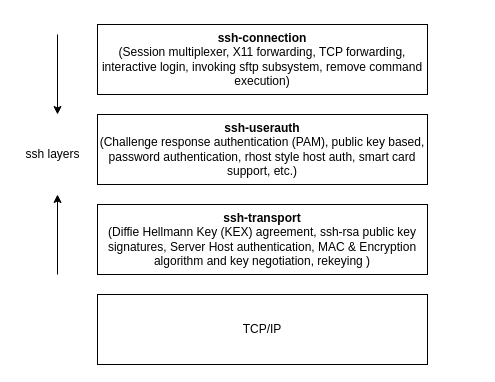
Before: drawio/openssh-architecture.drawio in stefanDeveloper/master-thesis, a draw.io diagram. Source tidied: cells renumbered, new cells numbered last; positions are measured from the earlier drawing's top-left corner, leaving out a move shared by most shapes. Both pictures are drawn from the tidied source at 100%, with x=0, y=0 at pixel (17, 24).
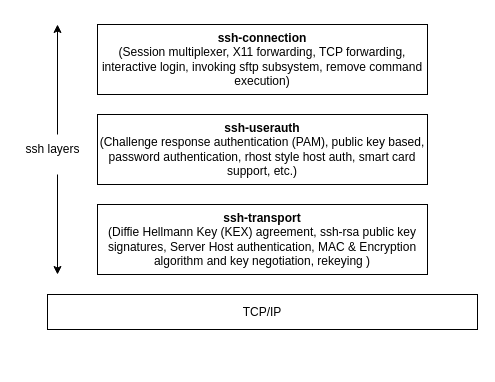
After the change.

What changed in the source:
```diff
@@
 <mxGraphModel>
   <root>
     <mxCell id="0" />
     <mxCell id="1" parent="0" />
     <mxCell id="2" value="&lt;div&gt;&lt;b&gt;ssh-connection&lt;/b&gt;&lt;/div&gt;(Session multiplexer, X11 forwarding, TCP forwarding, interactive login, invoking sftp subsystem, remove command execution)" style="rounded=0;whiteSpace=wrap;html=1;" parent="1" vertex="1">
       <mxGeometry x="80" width="330" height="70" as="geometry" />
     </mxCell>
     <mxCell id="3" value="&lt;div&gt;&lt;b&gt;ssh-userauth&lt;/b&gt;&lt;/div&gt;(Challenge response authentication (PAM), public key based, password authentication, rhost style host auth, smart card support, etc.)" style="rounded=0;whiteSpace=wrap;html=1;" parent="1" vertex="1">
       <mxGeometry x="80" y="90" width="330" height="70" as="geometry" />
     </mxCell>
     <mxCell id="4" value="&lt;div&gt;&lt;b&gt;ssh-transport&lt;/b&gt;&lt;/div&gt;(Diffie Hellmann Key (KEX) agreement, ssh-rsa public key signatures, Server Host authentication, MAC &amp;amp; Encryption algorithm and key negotiation, rekeying )" style="rounded=0;whiteSpace=wrap;html=1;" parent="1" vertex="1">
       <mxGeometry x="80" y="180" width="330" height="70" as="geometry" />
     </mxCell>
     <mxCell id="5" value="TCP/IP" style="rounded=0;whiteSpace=wrap;html=1;" parent="1" vertex="1">
-      <mxGeometry x="80" y="270" width="330" height="70" as="geometry" />
+      <mxGeometry x="30" y="270" width="430" height="35" as="geometry" />
     </mxCell>
-    <mxCell id="6" style="endArrow=classic;html=1;rounded=0;" parent="1" edge="1">
+    <mxCell id="6" style="endArrow=none;html=1;rounded=0;startArrow=classic;startFill=1;endFill=0;" parent="1" edge="1">
       <mxGeometry relative="1" as="geometry">
         <mxPoint x="40" y="250" as="sourcePoint" />
-        <mxPoint x="40" y="170" as="targetPoint" />
+        <mxPoint x="40" y="150" as="targetPoint" />
       </mxGeometry>
     </mxCell>
-    <mxCell id="7" style="endArrow=classic;html=1;rounded=0;" parent="1" edge="1">
+    <mxCell id="7" style="endArrow=none;html=1;rounded=0;startArrow=classic;startFill=1;endFill=0;" parent="1" edge="1">
       <mxGeometry relative="1" as="geometry">
-        <mxPoint x="40" y="10" as="sourcePoint" />
-        <mxPoint x="40" y="90" as="targetPoint" />
+        <mxPoint x="40" as="sourcePoint" />
+        <mxPoint x="40" y="110" as="targetPoint" />
       </mxGeometry>
     </mxCell>
     <mxCell id="8" value="ssh layers" style="text;html=1;align=center;verticalAlign=middle;strokeColor=none;fillColor=none;" parent="1" vertex="1">
-      <mxGeometry y="120" width="70" height="20" as="geometry" />
+      <mxGeometry y="115" width="70" height="20" as="geometry" />
     </mxCell>
   </root>
 </mxGraphModel>
```
